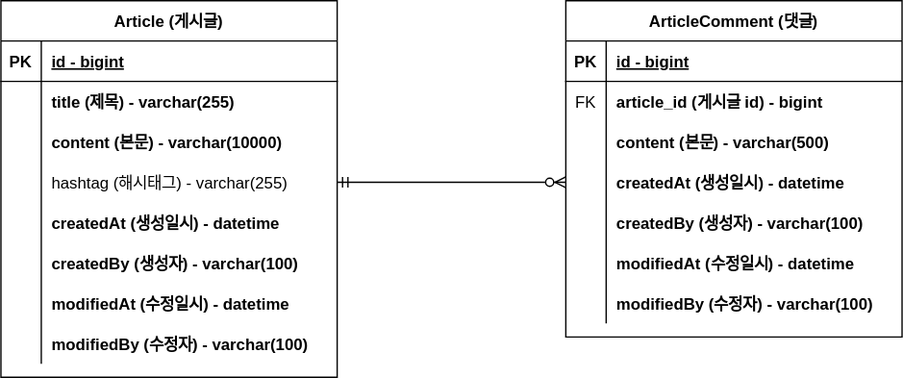
zjvl11/project-board keeps this draw.io diagram as document/project-board-erd.svg. Above is the earlier version. Source tidied: cells renumbered, new cells last; positions are measured from the earlier drawing's top-left corner, leaving out a move shared by most shapes.
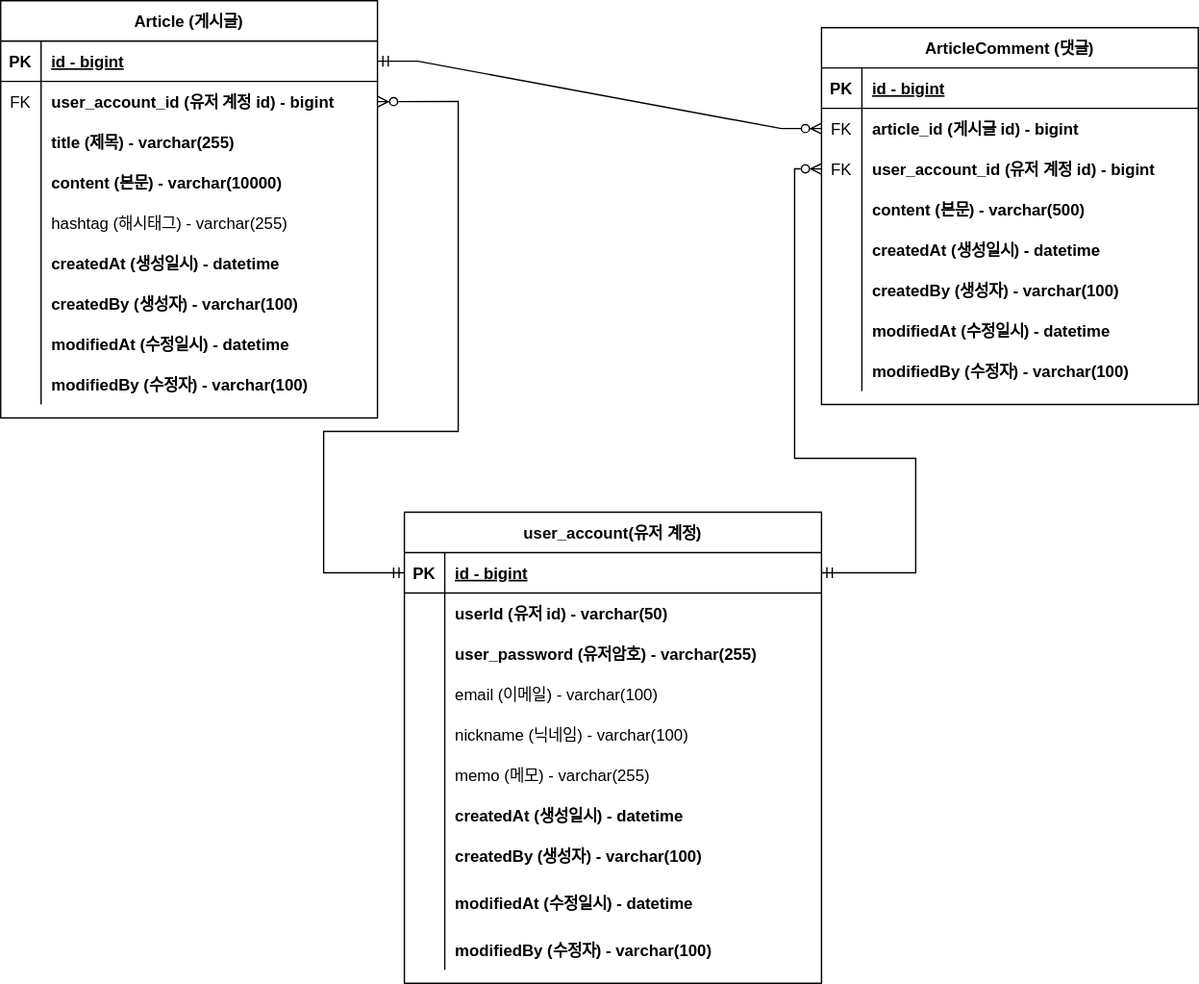
Above is the later version.

Commit message:
#18 - project-board-erd에 user_account 추가

Diff of the diagram source:
```diff
@@ -5,6 +5,6 @@
     <mxCell id="2" value="Article (게시글)" style="shape=table;startSize=30;rowLines=0;fontStyle=1;align=center;" parent="1" vertex="1">
-      <mxGeometry width="250" height="280" as="geometry" />
+      <mxGeometry x="-20" y="-20" width="280" height="310" as="geometry" />
     </mxCell>
     <mxCell id="3" style="shape=partialRectangle;fillColor=none;points=[[0,0.5],[1,0.5]];portConstraint=eastwest;top=0;left=0;right=0;bottom=1;" parent="2" vertex="1">
-      <mxGeometry y="30" width="250" height="30" as="geometry" />
+      <mxGeometry y="30" width="280" height="30" as="geometry" />
     </mxCell>
@@ -14,6 +14,15 @@
     <mxCell id="5" value="id - bigint" style="shape=partialRectangle;overflow=hidden;fillColor=none;top=0;left=0;bottom=0;right=0;align=left;spacingLeft=6;fontStyle=5;" parent="3" vertex="1">
-      <mxGeometry x="30" width="220" height="30" as="geometry" />
+      <mxGeometry x="30" width="250" height="30" as="geometry" />
     </mxCell>
+    <mxCell id="50" style="shape=partialRectangle;fillColor=none;points=[[0,0.5],[1,0.5]];portConstraint=eastwest;top=0;left=0;right=0;bottom=0;" parent="2" vertex="1">
+      <mxGeometry y="60" width="280" height="30" as="geometry" />
+    </mxCell>
+    <mxCell id="51" value="FK" style="shape=partialRectangle;overflow=hidden;fillColor=none;top=0;left=0;bottom=0;right=0;" parent="50" vertex="1">
+      <mxGeometry width="30" height="30" as="geometry" />
+    </mxCell>
+    <mxCell id="52" value="user_account_id (유저 계정 id) - bigint" style="shape=partialRectangle;overflow=hidden;fillColor=none;top=0;left=0;bottom=0;right=0;align=left;spacingLeft=6;fontStyle=1;" parent="50" vertex="1">
+      <mxGeometry x="30" width="250" height="30" as="geometry" />
+    </mxCell>
     <mxCell id="6" style="shape=partialRectangle;fillColor=none;top=0;left=0;right=0;bottom=0;" parent="2" vertex="1">
-      <mxGeometry y="60" width="250" height="30" as="geometry" />
+      <mxGeometry y="90" width="280" height="30" as="geometry" />
     </mxCell>
@@ -23,6 +32,6 @@
     <mxCell id="8" value="title (제목) - varchar(255)" style="shape=partialRectangle;overflow=hidden;fillColor=none;top=0;left=0;bottom=0;right=0;align=left;spacingLeft=6;fontStyle=1;" parent="6" vertex="1">
-      <mxGeometry x="30" width="220" height="30" as="geometry" />
+      <mxGeometry x="30" width="250" height="30" as="geometry" />
     </mxCell>
     <mxCell id="9" style="shape=partialRectangle;fillColor=none;top=0;left=0;right=0;bottom=0;" parent="2" vertex="1">
-      <mxGeometry y="90" width="250" height="30" as="geometry" />
+      <mxGeometry y="120" width="280" height="30" as="geometry" />
     </mxCell>
@@ -32,6 +41,6 @@
     <mxCell id="11" value="content (본문) - varchar(10000)" style="shape=partialRectangle;overflow=hidden;fillColor=none;top=0;left=0;bottom=0;right=0;align=left;spacingLeft=6;fontStyle=1;" parent="9" vertex="1">
-      <mxGeometry x="30" width="220" height="30" as="geometry" />
+      <mxGeometry x="30" width="250" height="30" as="geometry" />
     </mxCell>
     <mxCell id="12" style="shape=partialRectangle;fillColor=none;points=[[0,0.5],[1,0.5]];portConstraint=eastwest;top=0;left=0;right=0;bottom=0;" parent="2" vertex="1">
-      <mxGeometry y="120" width="250" height="30" as="geometry" />
+      <mxGeometry y="150" width="280" height="30" as="geometry" />
     </mxCell>
@@ -41,6 +50,6 @@
     <mxCell id="14" value="hashtag (해시태그) - varchar(255)" style="shape=partialRectangle;overflow=hidden;fillColor=none;top=0;left=0;bottom=0;right=0;align=left;spacingLeft=6;fontStyle=0;" parent="12" vertex="1">
-      <mxGeometry x="30" width="220" height="30" as="geometry" />
+      <mxGeometry x="30" width="250" height="30" as="geometry" />
     </mxCell>
     <mxCell id="15" style="shape=partialRectangle;fillColor=none;top=0;left=0;right=0;bottom=0;" parent="2" vertex="1">
-      <mxGeometry y="150" width="250" height="30" as="geometry" />
+      <mxGeometry y="180" width="280" height="30" as="geometry" />
     </mxCell>
@@ -50,6 +59,6 @@
     <mxCell id="17" value="createdAt (생성일시) - datetime" style="shape=partialRectangle;overflow=hidden;fillColor=none;top=0;left=0;bottom=0;right=0;align=left;spacingLeft=6;fontStyle=1;" parent="15" vertex="1">
-      <mxGeometry x="30" width="220" height="30" as="geometry" />
+      <mxGeometry x="30" width="250" height="30" as="geometry" />
     </mxCell>
     <mxCell id="18" style="shape=partialRectangle;fillColor=none;top=0;left=0;right=0;bottom=0;" parent="2" vertex="1">
-      <mxGeometry y="180" width="250" height="30" as="geometry" />
+      <mxGeometry y="210" width="280" height="30" as="geometry" />
     </mxCell>
@@ -59,6 +68,6 @@
     <mxCell id="20" value="createdBy (생성자) - varchar(100)" style="shape=partialRectangle;overflow=hidden;fillColor=none;top=0;left=0;bottom=0;right=0;align=left;spacingLeft=6;fontStyle=1;" parent="18" vertex="1">
-      <mxGeometry x="30" width="220" height="30" as="geometry" />
+      <mxGeometry x="30" width="250" height="30" as="geometry" />
     </mxCell>
     <mxCell id="21" style="shape=partialRectangle;fillColor=none;top=0;left=0;right=0;bottom=0;" parent="2" vertex="1">
-      <mxGeometry y="210" width="250" height="30" as="geometry" />
+      <mxGeometry y="240" width="280" height="30" as="geometry" />
     </mxCell>
@@ -68,6 +77,6 @@
     <mxCell id="23" value="modifiedAt (수정일시) - datetime" style="shape=partialRectangle;overflow=hidden;fillColor=none;top=0;left=0;bottom=0;right=0;align=left;spacingLeft=6;fontStyle=1;" parent="21" vertex="1">
-      <mxGeometry x="30" width="220" height="30" as="geometry" />
+      <mxGeometry x="30" width="250" height="30" as="geometry" />
     </mxCell>
     <mxCell id="24" style="shape=partialRectangle;fillColor=none;top=0;left=0;right=0;bottom=0;" parent="2" vertex="1">
-      <mxGeometry y="240" width="250" height="30" as="geometry" />
+      <mxGeometry y="270" width="280" height="30" as="geometry" />
     </mxCell>
@@ -77,9 +86,9 @@
     <mxCell id="26" value="modifiedBy (수정자) - varchar(100)" style="shape=partialRectangle;overflow=hidden;fillColor=none;top=0;left=0;bottom=0;right=0;align=left;spacingLeft=6;fontStyle=1;" parent="24" vertex="1">
-      <mxGeometry x="30" width="220" height="30" as="geometry" />
+      <mxGeometry x="30" width="250" height="30" as="geometry" />
     </mxCell>
     <mxCell id="27" value="ArticleComment (댓글)" style="shape=table;startSize=30;rowLines=0;fontStyle=1;align=center;" parent="1" vertex="1">
-      <mxGeometry x="420" width="250" height="250" as="geometry" />
+      <mxGeometry x="590" width="280" height="280" as="geometry" />
     </mxCell>
     <mxCell id="28" style="shape=partialRectangle;fillColor=none;top=0;left=0;right=0;bottom=1;" parent="27" vertex="1">
-      <mxGeometry y="30" width="250" height="30" as="geometry" />
+      <mxGeometry y="30" width="280" height="30" as="geometry" />
     </mxCell>
@@ -89,6 +98,6 @@
     <mxCell id="30" value="id - bigint" style="shape=partialRectangle;overflow=hidden;fillColor=none;top=0;left=0;bottom=0;right=0;align=left;spacingLeft=6;fontStyle=5;" parent="28" vertex="1">
-      <mxGeometry x="30" width="220" height="30" as="geometry" />
+      <mxGeometry x="30" width="250" height="30" as="geometry" />
     </mxCell>
     <mxCell id="31" style="shape=partialRectangle;fillColor=none;points=[[0,0.5],[1,0.5]];portConstraint=eastwest;top=0;left=0;right=0;bottom=0;" parent="27" vertex="1">
-      <mxGeometry y="60" width="250" height="30" as="geometry" />
+      <mxGeometry y="60" width="280" height="30" as="geometry" />
     </mxCell>
@@ -98,6 +107,15 @@
     <mxCell id="33" value="article_id (게시글 id) - bigint" style="shape=partialRectangle;overflow=hidden;fillColor=none;top=0;left=0;bottom=0;right=0;align=left;spacingLeft=6;fontStyle=1;" parent="31" vertex="1">
-      <mxGeometry x="30" width="220" height="30" as="geometry" />
+      <mxGeometry x="30" width="250" height="30" as="geometry" />
     </mxCell>
+    <mxCell id="53" style="shape=partialRectangle;fillColor=none;points=[[0,0.5],[1,0.5]];portConstraint=eastwest;top=0;left=0;right=0;bottom=0;" parent="27" vertex="1">
+      <mxGeometry y="90" width="280" height="30" as="geometry" />
+    </mxCell>
+    <mxCell id="54" value="FK" style="shape=partialRectangle;overflow=hidden;fillColor=none;top=0;left=0;bottom=0;right=0;" parent="53" vertex="1">
+      <mxGeometry width="30" height="30" as="geometry" />
+    </mxCell>
+    <mxCell id="55" value="user_account_id (유저 계정 id) - bigint" style="shape=partialRectangle;overflow=hidden;fillColor=none;top=0;left=0;bottom=0;right=0;align=left;spacingLeft=6;fontStyle=1;" parent="53" vertex="1">
+      <mxGeometry x="30" width="250" height="30" as="geometry" />
+    </mxCell>
     <mxCell id="34" style="shape=partialRectangle;fillColor=none;top=0;left=0;right=0;bottom=0;" parent="27" vertex="1">
-      <mxGeometry y="90" width="250" height="30" as="geometry" />
+      <mxGeometry y="120" width="280" height="30" as="geometry" />
     </mxCell>
@@ -107,6 +125,6 @@
     <mxCell id="36" value="content (본문) - varchar(500)" style="shape=partialRectangle;overflow=hidden;fillColor=none;top=0;left=0;bottom=0;right=0;align=left;spacingLeft=6;fontStyle=1;" parent="34" vertex="1">
-      <mxGeometry x="30" width="220" height="30" as="geometry" />
+      <mxGeometry x="30" width="250" height="30" as="geometry" />
     </mxCell>
     <mxCell id="37" style="shape=partialRectangle;fillColor=none;points=[[0,0.5],[1,0.5]];portConstraint=eastwest;top=0;left=0;right=0;bottom=0;" parent="27" vertex="1">
-      <mxGeometry y="120" width="250" height="30" as="geometry" />
+      <mxGeometry y="150" width="280" height="30" as="geometry" />
     </mxCell>
@@ -116,6 +134,6 @@
     <mxCell id="39" value="createdAt (생성일시) - datetime" style="shape=partialRectangle;overflow=hidden;fillColor=none;top=0;left=0;bottom=0;right=0;align=left;spacingLeft=6;fontStyle=1;" parent="37" vertex="1">
-      <mxGeometry x="30" width="220" height="30" as="geometry" />
+      <mxGeometry x="30" width="250" height="30" as="geometry" />
     </mxCell>
     <mxCell id="40" style="shape=partialRectangle;fillColor=none;top=0;left=0;right=0;bottom=0;" parent="27" vertex="1">
-      <mxGeometry y="150" width="250" height="30" as="geometry" />
+      <mxGeometry y="180" width="280" height="30" as="geometry" />
     </mxCell>
@@ -125,6 +143,6 @@
     <mxCell id="42" value="createdBy (생성자) - varchar(100)" style="shape=partialRectangle;overflow=hidden;fillColor=none;top=0;left=0;bottom=0;right=0;align=left;spacingLeft=6;fontStyle=1;" parent="40" vertex="1">
-      <mxGeometry x="30" width="220" height="30" as="geometry" />
+      <mxGeometry x="30" width="250" height="30" as="geometry" />
     </mxCell>
     <mxCell id="43" style="shape=partialRectangle;fillColor=none;top=0;left=0;right=0;bottom=0;" parent="27" vertex="1">
-      <mxGeometry y="180" width="250" height="30" as="geometry" />
+      <mxGeometry y="210" width="280" height="30" as="geometry" />
     </mxCell>
@@ -134,6 +152,6 @@
     <mxCell id="45" value="modifiedAt (수정일시) - datetime" style="shape=partialRectangle;overflow=hidden;fillColor=none;top=0;left=0;bottom=0;right=0;align=left;spacingLeft=6;fontStyle=1;" parent="43" vertex="1">
-      <mxGeometry x="30" width="220" height="30" as="geometry" />
+      <mxGeometry x="30" width="250" height="30" as="geometry" />
     </mxCell>
     <mxCell id="46" style="shape=partialRectangle;fillColor=none;top=0;left=0;right=0;bottom=0;" parent="27" vertex="1">
-      <mxGeometry y="210" width="250" height="30" as="geometry" />
+      <mxGeometry y="240" width="280" height="30" as="geometry" />
     </mxCell>
@@ -143,5 +161,5 @@
     <mxCell id="48" value="modifiedBy (수정자) - varchar(100)" style="shape=partialRectangle;overflow=hidden;fillColor=none;top=0;left=0;bottom=0;right=0;align=left;spacingLeft=6;fontStyle=1;" parent="46" vertex="1">
-      <mxGeometry x="30" width="220" height="30" as="geometry" />
+      <mxGeometry x="30" width="250" height="30" as="geometry" />
     </mxCell>
-    <mxCell id="49" style="edgeStyle=entityRelationEdgeStyle;fontSize=12;html=1;endArrow=ERzeroToMany;startArrow=ERmandOne;rounded=0;exitX=1;exitY=0.5;exitDx=0;exitDy=0;" parent="1" edge="1" source="12" target="37">
+    <mxCell id="49" style="edgeStyle=entityRelationEdgeStyle;fontSize=12;html=1;endArrow=ERzeroToMany;startArrow=ERmandOne;rounded=0;entryX=0;entryY=0.5;entryDx=0;entryDy=0;" parent="1" edge="1" source="3" target="31">
       <mxGeometry relative="1" as="geometry">
@@ -152,2 +170,115 @@
     </mxCell>
+    <mxCell id="56" value="user_account(유저 계정)" style="shape=table;startSize=30;rowLines=0;fontStyle=1;align=center;" parent="1" vertex="1">
+      <mxGeometry x="280" y="360" width="310" height="350" as="geometry" />
+    </mxCell>
+    <mxCell id="57" style="shape=partialRectangle;fillColor=none;points=[[0,0.5],[1,0.5]];portConstraint=eastwest;top=0;left=0;right=0;bottom=1;" parent="56" vertex="1">
+      <mxGeometry y="30" width="310" height="30" as="geometry" />
+    </mxCell>
+    <mxCell id="58" value="PK" style="shape=partialRectangle;overflow=hidden;fillColor=none;top=0;left=0;bottom=0;right=0;fontStyle=1;" parent="57" vertex="1">
+      <mxGeometry width="30" height="30" as="geometry" />
+    </mxCell>
+    <mxCell id="59" value="id - bigint" style="shape=partialRectangle;overflow=hidden;fillColor=none;top=0;left=0;bottom=0;right=0;align=left;spacingLeft=6;fontStyle=5;" parent="57" vertex="1">
+      <mxGeometry x="30" width="280" height="30" as="geometry" />
+    </mxCell>
+    <mxCell id="60" style="shape=partialRectangle;fillColor=none;top=0;left=0;right=0;bottom=0;" parent="56" vertex="1">
+      <mxGeometry y="60" width="310" height="30" as="geometry" />
+    </mxCell>
+    <mxCell id="61" style="shape=partialRectangle;overflow=hidden;fillColor=none;top=0;left=0;bottom=0;right=0;" parent="60" vertex="1">
+      <mxGeometry width="30" height="30" as="geometry" />
+    </mxCell>
+    <mxCell id="62" value="userId (유저 id) - varchar(50)" style="shape=partialRectangle;overflow=hidden;fillColor=none;top=0;left=0;bottom=0;right=0;align=left;spacingLeft=6;fontStyle=1;" parent="60" vertex="1">
+      <mxGeometry x="30" width="280" height="30" as="geometry" />
+    </mxCell>
+    <mxCell id="63" style="shape=partialRectangle;fillColor=none;top=0;left=0;right=0;bottom=0;" parent="56" vertex="1">
+      <mxGeometry y="90" width="310" height="30" as="geometry" />
+    </mxCell>
+    <mxCell id="64" style="shape=partialRectangle;overflow=hidden;fillColor=none;top=0;left=0;bottom=0;right=0;" parent="63" vertex="1">
+      <mxGeometry width="30" height="30" as="geometry" />
+    </mxCell>
+    <mxCell id="65" value="user_password (유저암호) - varchar(255)" style="shape=partialRectangle;overflow=hidden;fillColor=none;top=0;left=0;bottom=0;right=0;align=left;spacingLeft=6;fontStyle=1;" parent="63" vertex="1">
+      <mxGeometry x="30" width="280" height="30" as="geometry" />
+    </mxCell>
+    <mxCell id="66" style="shape=partialRectangle;fillColor=none;top=0;left=0;right=0;bottom=0;" parent="56" vertex="1">
+      <mxGeometry y="120" width="310" height="30" as="geometry" />
+    </mxCell>
+    <mxCell id="67" style="shape=partialRectangle;overflow=hidden;fillColor=none;top=0;left=0;bottom=0;right=0;" parent="66" vertex="1">
+      <mxGeometry width="30" height="30" as="geometry" />
+    </mxCell>
+    <mxCell id="68" value="email (이메일) - varchar(100)" style="shape=partialRectangle;overflow=hidden;fillColor=none;top=0;left=0;bottom=0;right=0;align=left;spacingLeft=6;fontStyle=0;" parent="66" vertex="1">
+      <mxGeometry x="30" width="280" height="30" as="geometry" />
+    </mxCell>
+    <mxCell id="69" style="shape=partialRectangle;fillColor=none;top=0;left=0;right=0;bottom=0;" parent="56" vertex="1">
+      <mxGeometry y="150" width="310" height="30" as="geometry" />
+    </mxCell>
+    <mxCell id="70" style="shape=partialRectangle;overflow=hidden;fillColor=none;top=0;left=0;bottom=0;right=0;" parent="69" vertex="1">
+      <mxGeometry width="30" height="30" as="geometry" />
+    </mxCell>
+    <mxCell id="71" value="nickname (닉네임) - varchar(100)" style="shape=partialRectangle;overflow=hidden;fillColor=none;top=0;left=0;bottom=0;right=0;align=left;spacingLeft=6;fontStyle=0;" parent="69" vertex="1">
+      <mxGeometry x="30" width="280" height="30" as="geometry" />
+    </mxCell>
+    <mxCell id="72" style="shape=partialRectangle;fillColor=none;top=0;left=0;right=0;bottom=0;" parent="56" vertex="1">
+      <mxGeometry y="180" width="310" height="30" as="geometry" />
+    </mxCell>
+    <mxCell id="73" style="shape=partialRectangle;overflow=hidden;fillColor=none;top=0;left=0;bottom=0;right=0;" parent="72" vertex="1">
+      <mxGeometry width="30" height="30" as="geometry" />
+    </mxCell>
+    <mxCell id="74" value="memo (메모) - varchar(255)" style="shape=partialRectangle;overflow=hidden;fillColor=none;top=0;left=0;bottom=0;right=0;align=left;spacingLeft=6;fontStyle=0;" parent="72" vertex="1">
+      <mxGeometry x="30" width="280" height="30" as="geometry" />
+    </mxCell>
+    <mxCell id="75" style="shape=partialRectangle;fillColor=none;top=0;left=0;right=0;bottom=0;" parent="56" vertex="1">
+      <mxGeometry y="210" width="310" height="30" as="geometry" />
+    </mxCell>
+    <mxCell id="76" style="shape=partialRectangle;overflow=hidden;fillColor=none;top=0;left=0;bottom=0;right=0;" parent="75" vertex="1">
+      <mxGeometry width="30" height="30" as="geometry" />
+    </mxCell>
+    <mxCell id="77" value="createdAt (생성일시) - datetime" style="shape=partialRectangle;overflow=hidden;fillColor=none;top=0;left=0;bottom=0;right=0;align=left;spacingLeft=6;fontStyle=1;" parent="75" vertex="1">
+      <mxGeometry x="30" width="280" height="30" as="geometry" />
+    </mxCell>
+    <mxCell id="78" style="shape=partialRectangle;fillColor=none;top=0;left=0;right=0;bottom=0;" parent="56" vertex="1">
+      <mxGeometry y="240" width="310" height="30" as="geometry" />
+    </mxCell>
+    <mxCell id="79" style="shape=partialRectangle;overflow=hidden;fillColor=none;top=0;left=0;bottom=0;right=0;" parent="78" vertex="1">
+      <mxGeometry width="30" height="30" as="geometry" />
+    </mxCell>
+    <mxCell id="80" value="createdBy (생성자) - varchar(100)" style="shape=partialRectangle;overflow=hidden;fillColor=none;top=0;left=0;bottom=0;right=0;align=left;spacingLeft=6;fontStyle=1;" parent="78" vertex="1">
+      <mxGeometry x="30" width="280" height="30" as="geometry" />
+    </mxCell>
+    <mxCell id="81" style="shape=partialRectangle;fillColor=none;top=0;left=0;right=0;bottom=0;" parent="56" vertex="1">
+      <mxGeometry y="270" width="310" height="40" as="geometry" />
+    </mxCell>
+    <mxCell id="82" style="shape=partialRectangle;overflow=hidden;fillColor=none;top=0;left=0;bottom=0;right=0;" parent="81" vertex="1">
+      <mxGeometry width="30" height="40" as="geometry" />
+    </mxCell>
+    <mxCell id="83" value="modifiedAt (수정일시) - datetime" style="shape=partialRectangle;overflow=hidden;fillColor=none;top=0;left=0;bottom=0;right=0;align=left;spacingLeft=6;fontStyle=1;" parent="81" vertex="1">
+      <mxGeometry x="30" width="280" height="40" as="geometry" />
+    </mxCell>
+    <mxCell id="84" style="shape=partialRectangle;fillColor=none;top=0;left=0;right=0;bottom=0;" parent="56" vertex="1">
+      <mxGeometry y="310" width="310" height="30" as="geometry" />
+    </mxCell>
+    <mxCell id="85" value="&#10;&#10;&#10;" style="shape=partialRectangle;overflow=hidden;fillColor=none;top=0;left=0;bottom=0;right=0;" parent="84" vertex="1">
+      <mxGeometry width="30" height="30" as="geometry" />
+    </mxCell>
+    <mxCell id="86" value="modifiedBy (수정자) - varchar(100)" style="shape=partialRectangle;overflow=hidden;fillColor=none;top=0;left=0;bottom=0;right=0;align=left;spacingLeft=6;fontStyle=1;" parent="84" vertex="1">
+      <mxGeometry x="30" width="280" height="30" as="geometry" />
+    </mxCell>
+    <mxCell id="87" style="edgeStyle=orthogonalEdgeStyle;rounded=0;jettySize=auto;html=1;exitX=1;exitY=0.5;exitDx=0;exitDy=0;entryX=0;entryY=0.5;entryDx=0;entryDy=0;startArrow=ERmandOne;startFill=0;endArrow=ERzeroToMany;endFill=0;" parent="1" edge="1" source="57" target="53">
+      <mxGeometry relative="1" as="geometry">
+        <Array as="points">
+          <mxPoint x="660" y="405" />
+          <mxPoint x="660" y="320" />
+          <mxPoint x="570" y="320" />
+          <mxPoint x="570" y="105" />
+        </Array>
+      </mxGeometry>
+    </mxCell>
+    <mxCell id="88" style="edgeStyle=orthogonalEdgeStyle;rounded=0;jettySize=auto;html=1;exitX=0;exitY=0.5;exitDx=0;exitDy=0;entryX=1;entryY=0.5;entryDx=0;entryDy=0;startArrow=ERmandOne;startFill=0;endArrow=ERzeroToMany;endFill=0;" parent="1" edge="1" source="57" target="50">
+      <mxGeometry relative="1" as="geometry">
+        <Array as="points">
+          <mxPoint x="220" y="405" />
+          <mxPoint x="220" y="300" />
+          <mxPoint x="320" y="300" />
+          <mxPoint x="320" y="55" />
+        </Array>
+      </mxGeometry>
+    </mxCell>
   </root>
```
